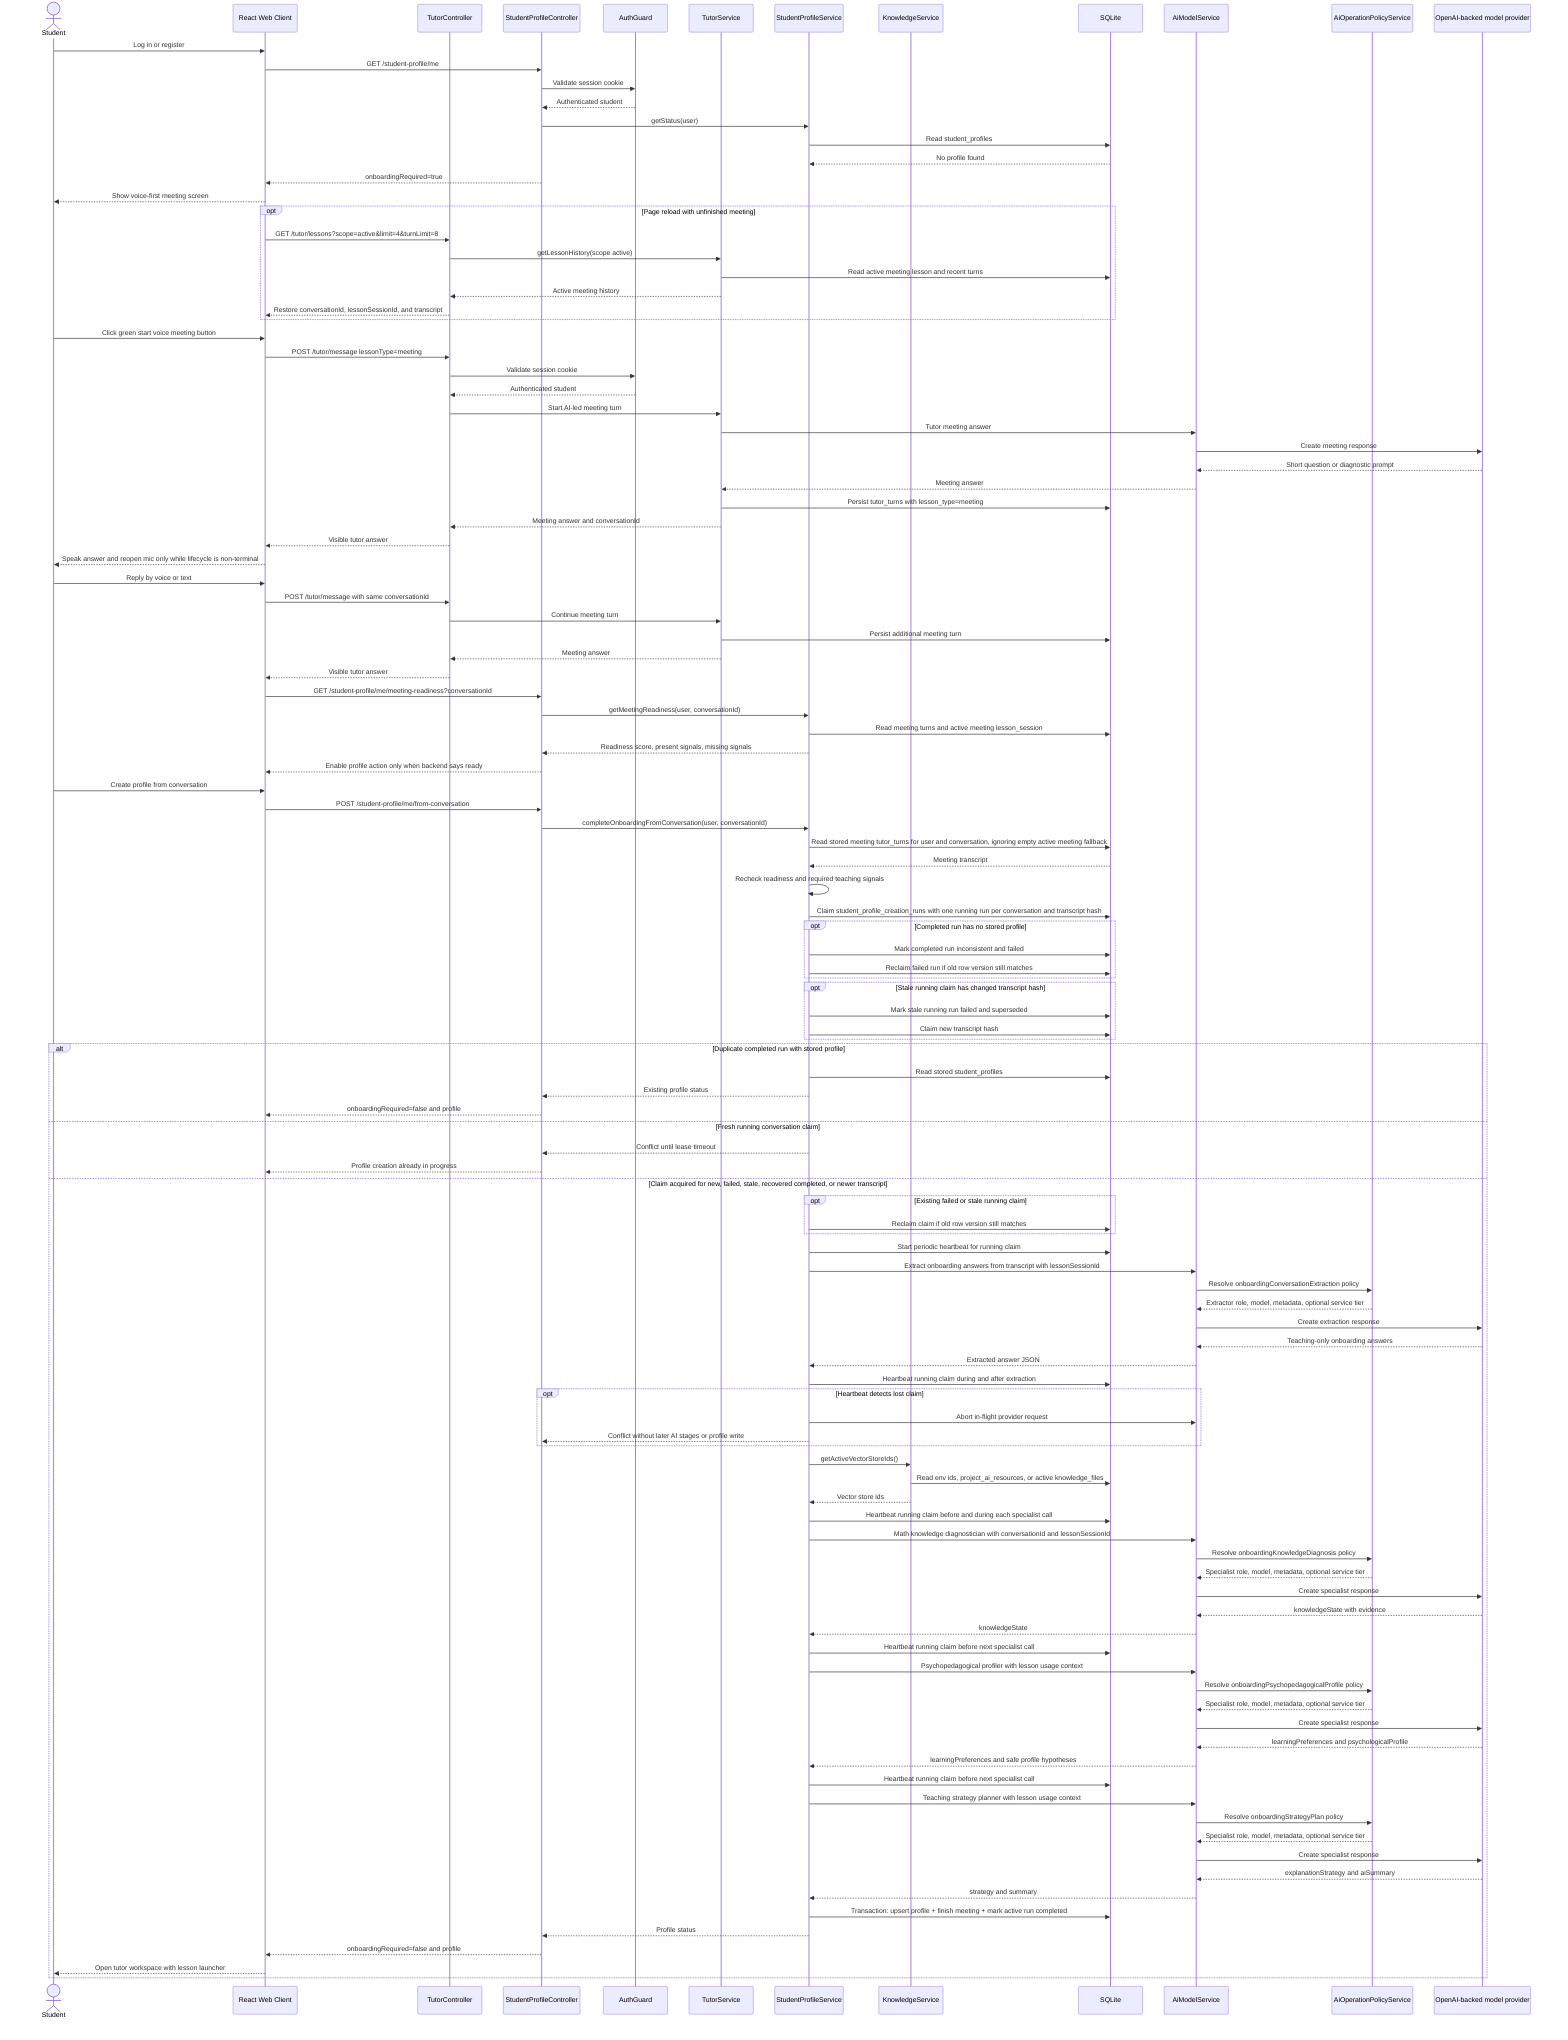
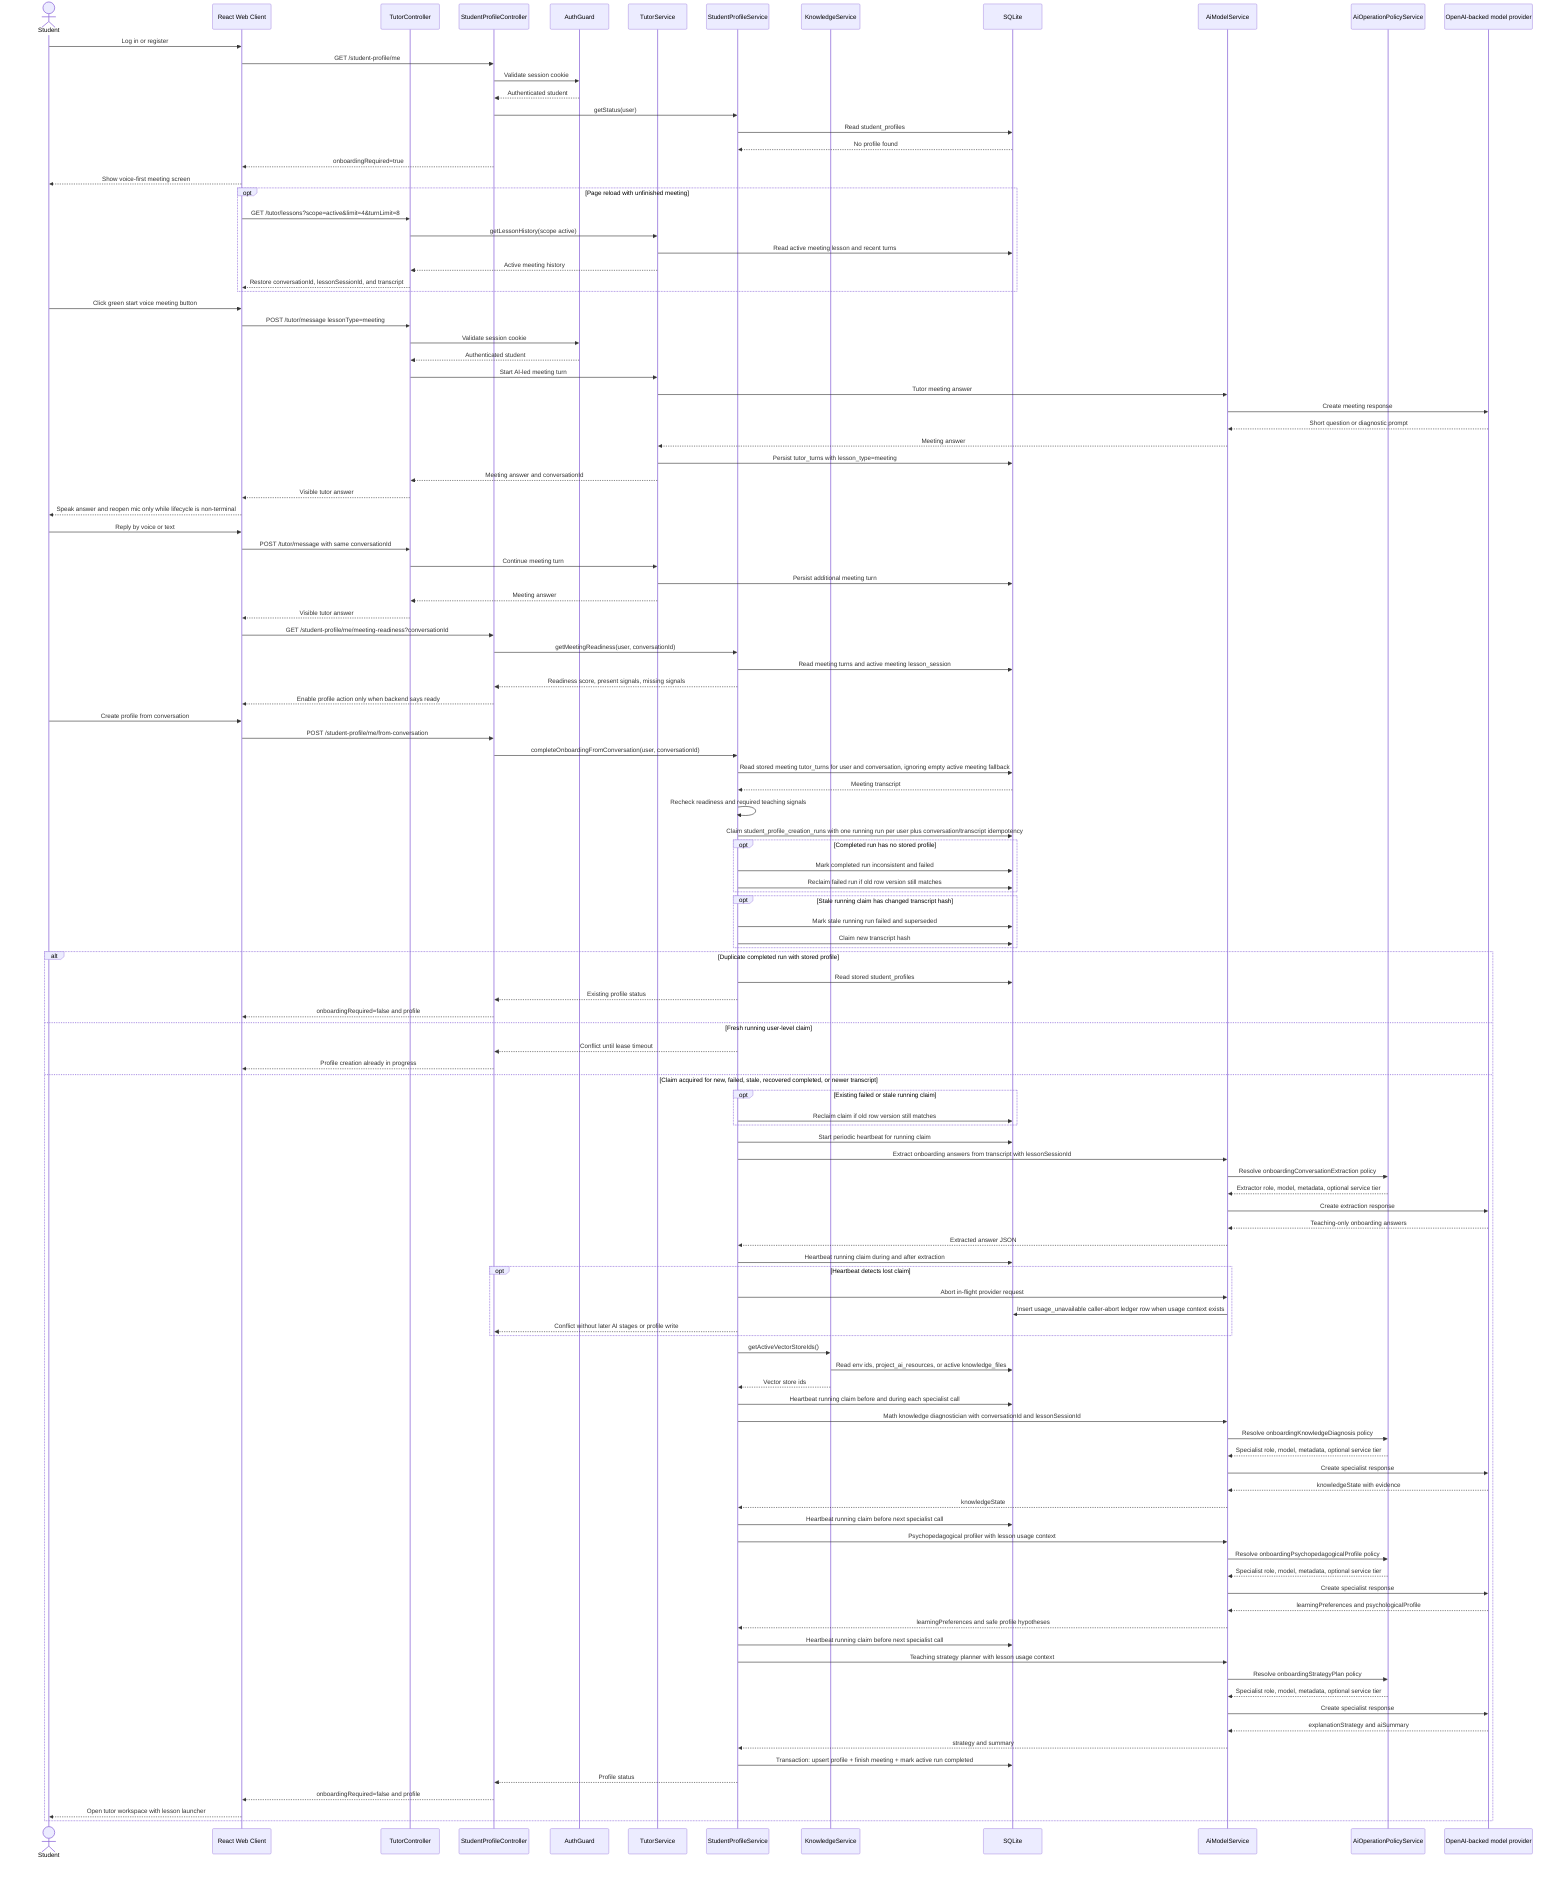
sequenceDiagram
  actor Student
  participant Web as React Web Client
  participant TutorApi as TutorController
  participant API as StudentProfileController
  participant Auth as AuthGuard
  participant Tutor as TutorService
  participant Profile as StudentProfileService
  participant Knowledge as KnowledgeService
  participant DB as SQLite
  participant AIModel as AiModelService
  participant Policy as AiOperationPolicyService
  participant OpenAI as OpenAI-backed model provider

  Student->>Web: Log in or register
  Web->>API: GET /student-profile/me
  API->>Auth: Validate session cookie
  Auth-->>API: Authenticated student
  API->>Profile: getStatus(user)
  Profile->>DB: Read student_profiles
  DB-->>Profile: No profile found
  API-->>Web: onboardingRequired=true
  Web-->>Student: Show voice-first meeting screen
  opt Page reload with unfinished meeting
    Web->>TutorApi: GET /tutor/lessons?scope=active&limit=4&turnLimit=8
    TutorApi->>Tutor: getLessonHistory(scope active)
    Tutor->>DB: Read active meeting lesson and recent turns
    Tutor-->>TutorApi: Active meeting history
    TutorApi-->>Web: Restore conversationId, lessonSessionId, and transcript
  end
  Student->>Web: Click green start voice meeting button
  Web->>TutorApi: POST /tutor/message lessonType=meeting
  TutorApi->>Auth: Validate session cookie
  Auth-->>TutorApi: Authenticated student
  TutorApi->>Tutor: Start AI-led meeting turn
  Tutor->>AIModel: Tutor meeting answer
  AIModel->>OpenAI: Create meeting response
  OpenAI-->>AIModel: Short question or diagnostic prompt
  AIModel-->>Tutor: Meeting answer
  Tutor->>DB: Persist tutor_turns with lesson_type=meeting
  Tutor-->>TutorApi: Meeting answer and conversationId
  TutorApi-->>Web: Visible tutor answer
  Web-->>Student: Speak answer and reopen mic only while lifecycle is non-terminal
  Student->>Web: Reply by voice or text
  Web->>TutorApi: POST /tutor/message with same conversationId
  TutorApi->>Tutor: Continue meeting turn
  Tutor->>DB: Persist additional meeting turn
  Tutor-->>TutorApi: Meeting answer
  TutorApi-->>Web: Visible tutor answer
  Web->>API: GET /student-profile/me/meeting-readiness?conversationId
  API->>Profile: getMeetingReadiness(user, conversationId)
  Profile->>DB: Read meeting turns and active meeting lesson_session
  Profile-->>API: Readiness score, present signals, missing signals
  API-->>Web: Enable profile action only when backend says ready
  Student->>Web: Create profile from conversation
  Web->>API: POST /student-profile/me/from-conversation
  API->>Profile: completeOnboardingFromConversation(user, conversationId)
  Profile->>DB: Read stored meeting tutor_turns for user and conversation, ignoring empty active meeting fallback
  DB-->>Profile: Meeting transcript
  Profile->>Profile: Recheck readiness and required teaching signals
-   Profile->>DB: Claim student_profile_creation_runs with one running run per conversation and transcript hash
+   Profile->>DB: Claim student_profile_creation_runs with one running run per user plus conversation/transcript idempotency
  opt Completed run has no stored profile
    Profile->>DB: Mark completed run inconsistent and failed
    Profile->>DB: Reclaim failed run if old row version still matches
  end
  opt Stale running claim has changed transcript hash
    Profile->>DB: Mark stale running run failed and superseded
    Profile->>DB: Claim new transcript hash
  end
  alt Duplicate completed run with stored profile
    Profile->>DB: Read stored student_profiles
    Profile-->>API: Existing profile status
    API-->>Web: onboardingRequired=false and profile
-   else Fresh running conversation claim
+   else Fresh running user-level claim
    Profile-->>API: Conflict until lease timeout
    API-->>Web: Profile creation already in progress
  else Claim acquired for new, failed, stale, recovered completed, or newer transcript
    opt Existing failed or stale running claim
      Profile->>DB: Reclaim claim if old row version still matches
    end
    Profile->>DB: Start periodic heartbeat for running claim
    Profile->>AIModel: Extract onboarding answers from transcript with lessonSessionId
    AIModel->>Policy: Resolve onboardingConversationExtraction policy
    Policy-->>AIModel: Extractor role, model, metadata, optional service tier
    AIModel->>OpenAI: Create extraction response
    OpenAI-->>AIModel: Teaching-only onboarding answers
    AIModel-->>Profile: Extracted answer JSON
    Profile->>DB: Heartbeat running claim during and after extraction
    opt Heartbeat detects lost claim
      Profile->>AIModel: Abort in-flight provider request
+       AIModel->>DB: Insert usage_unavailable caller-abort ledger row when usage context exists
      Profile-->>API: Conflict without later AI stages or profile write
    end
    Profile->>Knowledge: getActiveVectorStoreIds()
    Knowledge->>DB: Read env ids, project_ai_resources, or active knowledge_files
    Knowledge-->>Profile: Vector store ids
    Profile->>DB: Heartbeat running claim before and during each specialist call
    Profile->>AIModel: Math knowledge diagnostician with conversationId and lessonSessionId
    AIModel->>Policy: Resolve onboardingKnowledgeDiagnosis policy
    Policy-->>AIModel: Specialist role, model, metadata, optional service tier
    AIModel->>OpenAI: Create specialist response
    OpenAI-->>AIModel: knowledgeState with evidence
    AIModel-->>Profile: knowledgeState
    Profile->>DB: Heartbeat running claim before next specialist call
    Profile->>AIModel: Psychopedagogical profiler with lesson usage context
    AIModel->>Policy: Resolve onboardingPsychopedagogicalProfile policy
    Policy-->>AIModel: Specialist role, model, metadata, optional service tier
    AIModel->>OpenAI: Create specialist response
    OpenAI-->>AIModel: learningPreferences and psychologicalProfile
    AIModel-->>Profile: learningPreferences and safe profile hypotheses
    Profile->>DB: Heartbeat running claim before next specialist call
    Profile->>AIModel: Teaching strategy planner with lesson usage context
    AIModel->>Policy: Resolve onboardingStrategyPlan policy
    Policy-->>AIModel: Specialist role, model, metadata, optional service tier
    AIModel->>OpenAI: Create specialist response
    OpenAI-->>AIModel: explanationStrategy and aiSummary
    AIModel-->>Profile: strategy and summary
    Profile->>DB: Transaction: upsert profile + finish meeting + mark active run completed
    Profile-->>API: Profile status
    API-->>Web: onboardingRequired=false and profile
    Web-->>Student: Open tutor workspace with lesson launcher
  end
